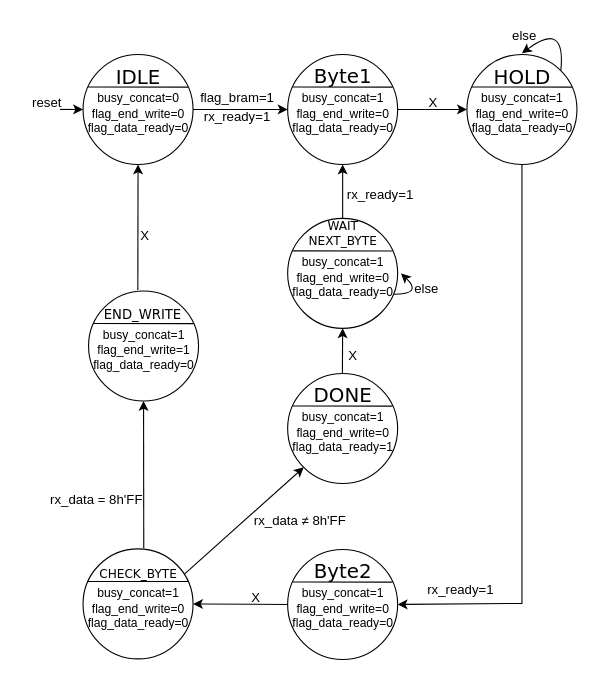
This is fsm_concatenation.drawio from Grimrist/vector_coprocessor, a draw.io file, before an edit. Source tidied: cells renumbered, new cells numbered last; positions are measured from the earlier drawing's top-left corner, leaving out a move shared by most shapes. Both pictures are drawn from the tidied source at 110%, with x=0, y=0 at pixel (19, 19).
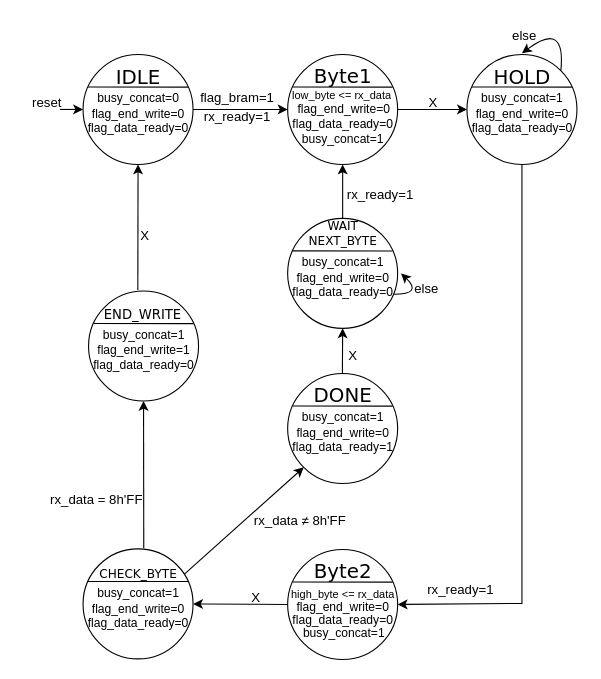
The same diagram, later.

Commit message:
Estados actualizados de fsm_concatenation

What changed in the source:
```diff
@@
     <mxCell id="14" value="busy_concat=1" style="text;html=1;align=center;verticalAlign=middle;strokeColor=none;fillColor=none;fontSize=11;" parent="1" vertex="1">
-      <mxGeometry x="244" y="57" width="100" height="30" as="geometry" />
+      <mxGeometry x="244" y="94" width="100" height="30" as="geometry" />
     </mxCell>
     <mxCell id="15" value="&lt;font style=&quot;font-size: 11px;&quot;&gt;flag_data_ready=0&lt;/font&gt;" style="text;html=1;align=center;verticalAlign=middle;strokeColor=none;fillColor=none;" parent="1" vertex="1">
-      <mxGeometry x="239" y="84" width="110" height="30" as="geometry" />
+      <mxGeometry x="239" y="80" width="110" height="30" as="geometry" />
     </mxCell>
     <mxCell id="16" value="flag_end_write=0" style="text;html=1;align=center;verticalAlign=middle;strokeColor=none;fillColor=none;fontSize=11;" parent="1" vertex="1">
-      <mxGeometry x="239" y="71" width="110" height="30" as="geometry" />
+      <mxGeometry x="240" y="67" width="110" height="30" as="geometry" />
     </mxCell>
@@
     <mxCell id="45" value="busy_concat=1" style="text;html=1;align=center;verticalAlign=middle;strokeColor=none;fillColor=none;fontSize=11;" parent="1" vertex="1">
-      <mxGeometry x="244" y="507" width="100" height="30" as="geometry" />
+      <mxGeometry x="245" y="543" width="100" height="30" as="geometry" />
     </mxCell>
     <mxCell id="46" value="&lt;font style=&quot;font-size: 11px;&quot;&gt;flag_data_ready=0&lt;/font&gt;" style="text;html=1;align=center;verticalAlign=middle;strokeColor=none;fillColor=none;" parent="1" vertex="1">
-      <mxGeometry x="239" y="534" width="110" height="30" as="geometry" />
+      <mxGeometry x="239" y="531" width="110" height="30" as="geometry" />
     </mxCell>
     <mxCell id="47" value="flag_end_write=0" style="text;html=1;align=center;verticalAlign=middle;strokeColor=none;fillColor=none;fontSize=11;" parent="1" vertex="1">
-      <mxGeometry x="239" y="521" width="110" height="30" as="geometry" />
+      <mxGeometry x="239" y="519" width="110" height="30" as="geometry" />
     </mxCell>
@@
+    <mxCell id="75" value="&lt;font&gt;low_byte &amp;lt;= rx_data&lt;/font&gt;" style="text;html=1;align=center;verticalAlign=middle;strokeColor=none;fillColor=none;fontSize=10;" parent="1" vertex="1">
+      <mxGeometry x="238" y="54" width="110" height="30" as="geometry" />
+    </mxCell>
+    <mxCell id="76" value="&lt;font&gt;high_byte &amp;lt;= rx_data&lt;/font&gt;" style="text;html=1;align=center;verticalAlign=middle;strokeColor=none;fillColor=none;fontSize=10;" parent="1" vertex="1">
+      <mxGeometry x="234" y="507.5" width="120" height="30" as="geometry" />
+    </mxCell>
```
